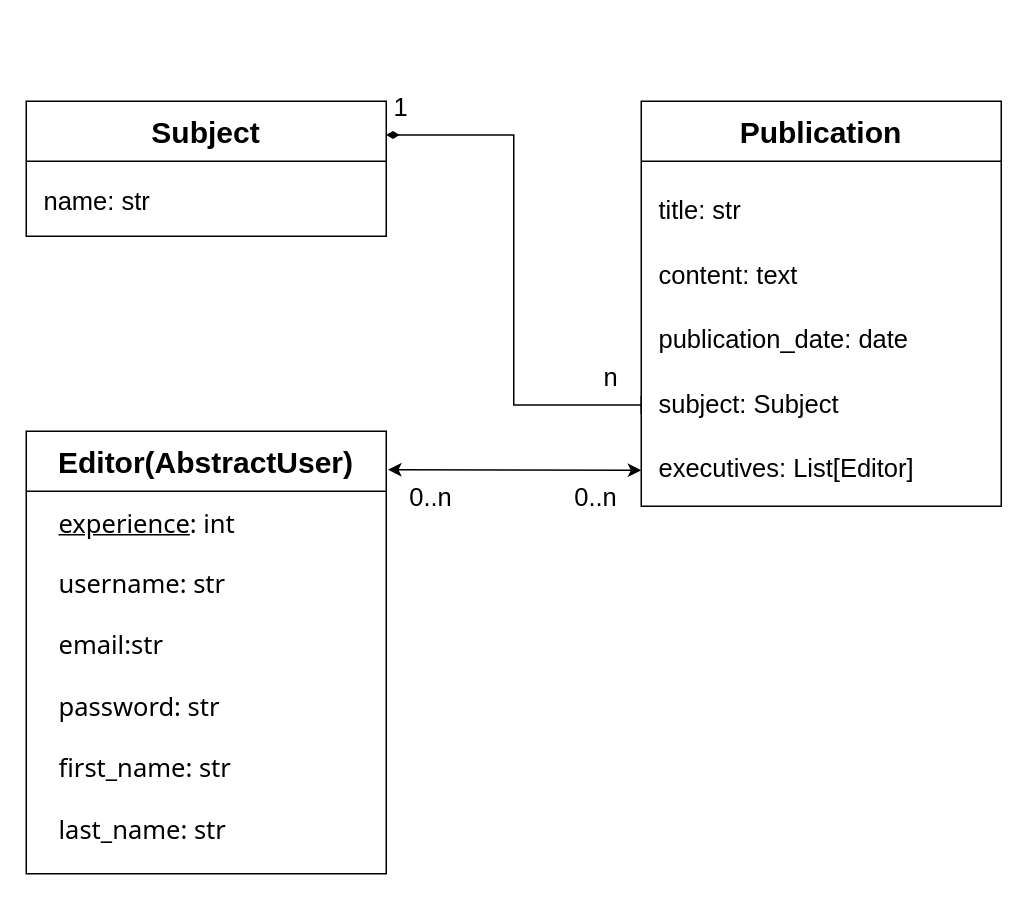
Earlier version of the draw.io diagram news_agency_manager_diagram.drawio (julia4406/news-agency-manager). Source tidied: cells renumbered, new cells numbered last; positions are measured from the earlier drawing's top-left corner, leaving out a move shared by most shapes. Both pictures are drawn from the tidied source at 150%, with x=0, y=0 at pixel (26, 86).
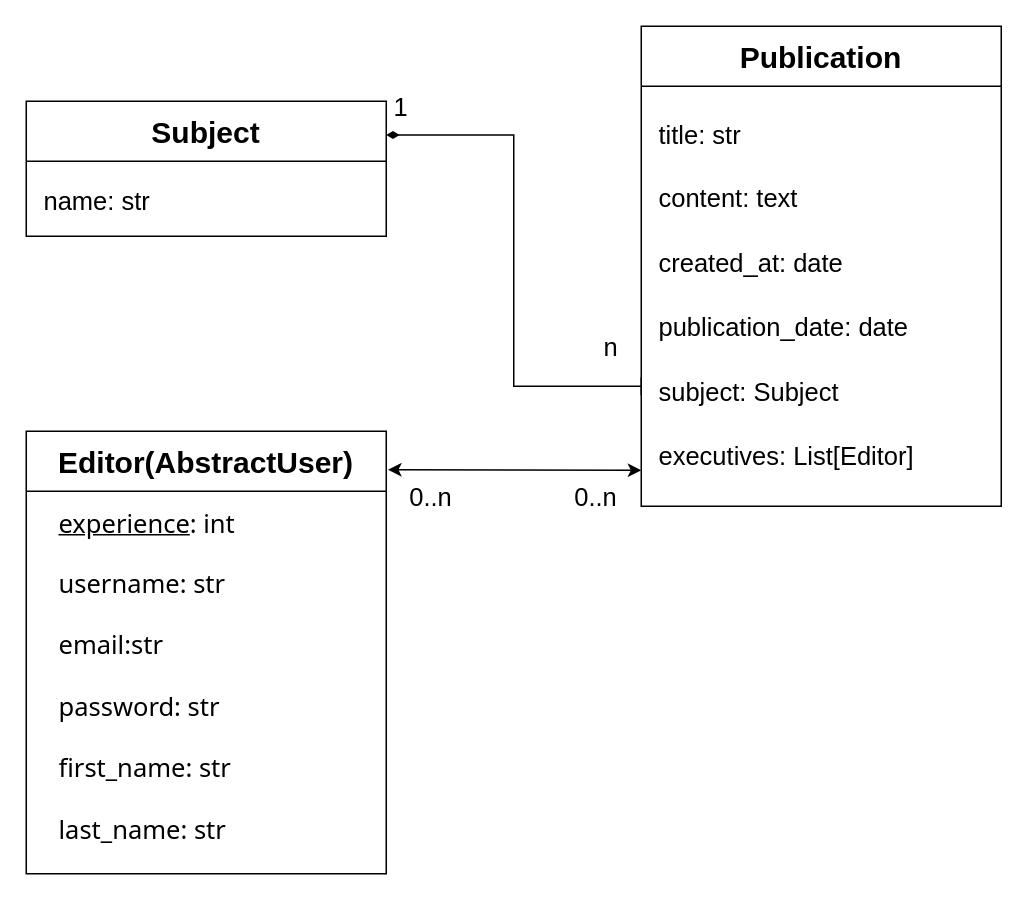
The same diagram, later.

The edit, as a diff of the source:
```diff
@@
 <mxGraphModel>
   <root>
     <mxCell id="0" />
     <mxCell id="1" parent="0" />
     <mxCell id="2" value="&lt;font style=&quot;font-size: 20px;&quot;&gt;Publication&lt;/font&gt;" style="swimlane;whiteSpace=wrap;html=1;fontSize=15;startSize=40;" parent="1" vertex="1">
-      <mxGeometry x="410" y="10" width="240" height="270" as="geometry" />
+      <mxGeometry x="410" y="-40" width="240" height="320" as="geometry" />
     </mxCell>
-    <mxCell id="3" value="&lt;div align=&quot;left&quot;&gt;&lt;font face=&quot;Helvetica&quot;&gt;title: str&lt;br&gt;&lt;br&gt;&lt;/font&gt;&lt;/div&gt;&lt;div align=&quot;left&quot;&gt;&lt;font face=&quot;Helvetica&quot;&gt;content: text&lt;br&gt;&lt;br&gt;publication_date: date&lt;br&gt;&lt;br&gt;subject: Subject&lt;br&gt;&lt;br&gt;executives: List[Editor]&lt;/font&gt;&lt;/div&gt;" style="text;html=1;align=left;verticalAlign=bottom;strokeColor=none;fillColor=none;fontSize=17;horizontal=1;fontFamily=Tahoma;" parent="2" vertex="1">
-      <mxGeometry x="10" y="48" width="190" height="210" as="geometry" />
+    <mxCell id="3" value="&lt;div align=&quot;left&quot;&gt;&lt;font face=&quot;Helvetica&quot;&gt;title: str&lt;br&gt;&lt;br&gt;&lt;/font&gt;&lt;/div&gt;&lt;div align=&quot;left&quot;&gt;&lt;font face=&quot;Helvetica&quot;&gt;content: text&lt;br&gt;&lt;br&gt;created_at: date&lt;/font&gt;&lt;/div&gt;&lt;div align=&quot;left&quot;&gt;&lt;font face=&quot;Helvetica&quot;&gt;&lt;br&gt;&lt;/font&gt;&lt;/div&gt;&lt;div align=&quot;left&quot;&gt;&lt;font face=&quot;Helvetica&quot;&gt;publication_date: date&lt;br&gt;&lt;br&gt;subject: Subject&lt;br&gt;&lt;br&gt;executives: List[Editor]&lt;/font&gt;&lt;/div&gt;" style="text;html=1;align=left;verticalAlign=bottom;strokeColor=none;fillColor=none;fontSize=17;horizontal=1;fontFamily=Tahoma;" parent="2" vertex="1">
+      <mxGeometry x="10" y="40" width="190" height="260" as="geometry" />
     </mxCell>
-    <mxCell id="4" value="&lt;font style=&quot;font-size: 17px;&quot;&gt;n&lt;/font&gt;" style="text;strokeColor=none;align=center;fillColor=none;html=1;verticalAlign=middle;whiteSpace=wrap;rounded=0;" parent="2" vertex="1">
-      <mxGeometry x="-50" y="170" width="60" height="30" as="geometry" />
-    </mxCell>
     <mxCell id="5" value="&lt;font style=&quot;font-size: 20px;&quot;&gt;Editor(AbstractUser)&lt;/font&gt;" style="swimlane;whiteSpace=wrap;html=1;fontSize=15;startSize=40;" parent="1" vertex="1">
       <mxGeometry y="230" width="240" height="295" as="geometry" />
     </mxCell>
     <mxCell id="6" value="&lt;div&gt;&lt;u&gt;experience&lt;/u&gt;: int&lt;/div&gt;&lt;div&gt;&lt;br&gt;&lt;/div&gt;&lt;div&gt;username: str&lt;/div&gt;&lt;div&gt;&lt;br&gt;&lt;/div&gt;&lt;div&gt;email:str&lt;/div&gt;&lt;div&gt;&lt;br&gt;&lt;/div&gt;&lt;div&gt;password: str&lt;/div&gt;&lt;div&gt;&lt;br&gt;&lt;/div&gt;&lt;div&gt;first_name: str&lt;/div&gt;&lt;div&gt;&lt;br&gt;&lt;/div&gt;&lt;div&gt;last_name: str&lt;/div&gt;" style="text;html=1;align=left;verticalAlign=bottom;strokeColor=none;fillColor=none;fontSize=17;horizontal=1;fontFamily=Tahoma;" parent="5" vertex="1">
       <mxGeometry x="20" y="38" width="130" height="240" as="geometry" />
     </mxCell>
     <mxCell id="7" style="edgeStyle=orthogonalEdgeStyle;rounded=0;jettySize=auto;html=1;exitX=1;exitY=0.25;exitDx=0;exitDy=0;entryX=0;entryY=0.75;entryDx=0;entryDy=0;strokeWidth=1;startArrow=diamondThin;startFill=1;targetPerimeterSpacing=11;sourcePerimeterSpacing=5;endArrow=baseDash;endFill=0;jumpSize=6;endSize=10;" parent="1" edge="1" source="8" target="2">
       <mxGeometry relative="1" as="geometry" />
     </mxCell>
     <mxCell id="8" value="Subject" style="swimlane;whiteSpace=wrap;html=1;fontSize=20;startSize=40;" parent="1" vertex="1">
       <mxGeometry y="10" width="240" height="90" as="geometry" />
     </mxCell>
     <mxCell id="9" value="&lt;div align=&quot;left&quot;&gt;&lt;font face=&quot;Helvetica&quot;&gt;name: str&lt;/font&gt;&lt;/div&gt;" style="text;html=1;align=left;verticalAlign=bottom;strokeColor=none;fillColor=none;fontSize=17;horizontal=1;fontFamily=Tahoma;" parent="8" vertex="1">
       <mxGeometry x="10" y="50" width="90" height="30" as="geometry" />
     </mxCell>
     <mxCell id="10" value="&lt;font style=&quot;font-size: 17px;&quot;&gt;1&lt;/font&gt;" style="text;strokeColor=none;align=center;fillColor=none;html=1;verticalAlign=middle;whiteSpace=wrap;rounded=0;" parent="1" vertex="1">
       <mxGeometry x="220" width="60" height="30" as="geometry" />
     </mxCell>
     <mxCell id="11" style="endArrow=classic;startArrow=classic;html=1;rounded=0;exitX=1.005;exitY=0.087;exitDx=0;exitDy=0;exitPerimeter=0;" parent="1" edge="1" source="5">
       <mxGeometry relative="1" as="geometry">
         <mxPoint x="410" y="256" as="targetPoint" />
       </mxGeometry>
     </mxCell>
     <mxCell id="12" value="&lt;font style=&quot;font-size: 17px;&quot;&gt;0..n&lt;/font&gt;" style="text;strokeColor=none;align=center;fillColor=none;html=1;verticalAlign=middle;whiteSpace=wrap;rounded=0;" parent="1" vertex="1">
       <mxGeometry x="240" y="260" width="60" height="30" as="geometry" />
     </mxCell>
     <mxCell id="13" value="&lt;font style=&quot;font-size: 17px;&quot;&gt;0..n&lt;/font&gt;" style="text;strokeColor=none;align=center;fillColor=none;html=1;verticalAlign=middle;whiteSpace=wrap;rounded=0;" parent="1" vertex="1">
       <mxGeometry x="350" y="260" width="60" height="30" as="geometry" />
     </mxCell>
+    <mxCell id="4" value="&lt;font style=&quot;font-size: 17px;&quot;&gt;n&lt;/font&gt;" style="text;strokeColor=none;align=center;fillColor=none;html=1;verticalAlign=middle;whiteSpace=wrap;rounded=0;" parent="1" vertex="1">
+      <mxGeometry x="360" y="160" width="60" height="30" as="geometry" />
+    </mxCell>
   </root>
 </mxGraphModel>
```
